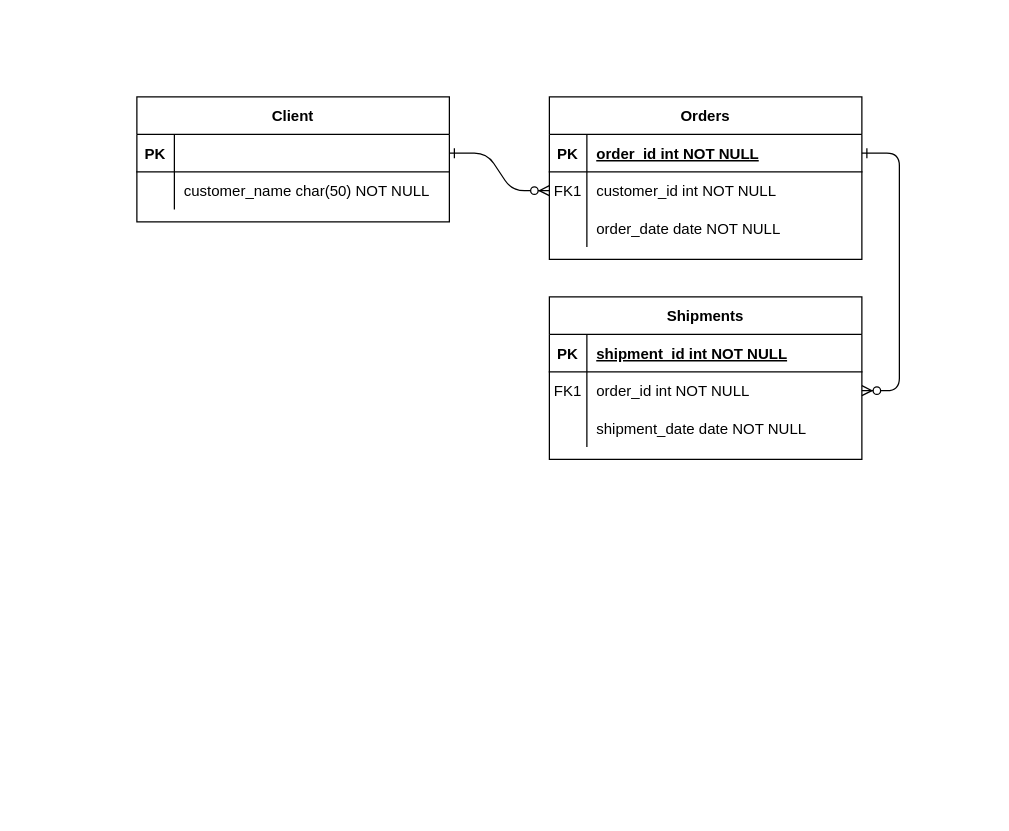
The draw.io diagram Diagramme sans nom.drawio in Elias-djebbour/SmartPhome, before the edit. Source tidied: cells renumbered, new cells numbered last; positions are measured from the earlier drawing's top-left corner, leaving out a move shared by most shapes. Both pictures are drawn from the tidied source at 125%, with x=0, y=0 at pixel (136, 96).
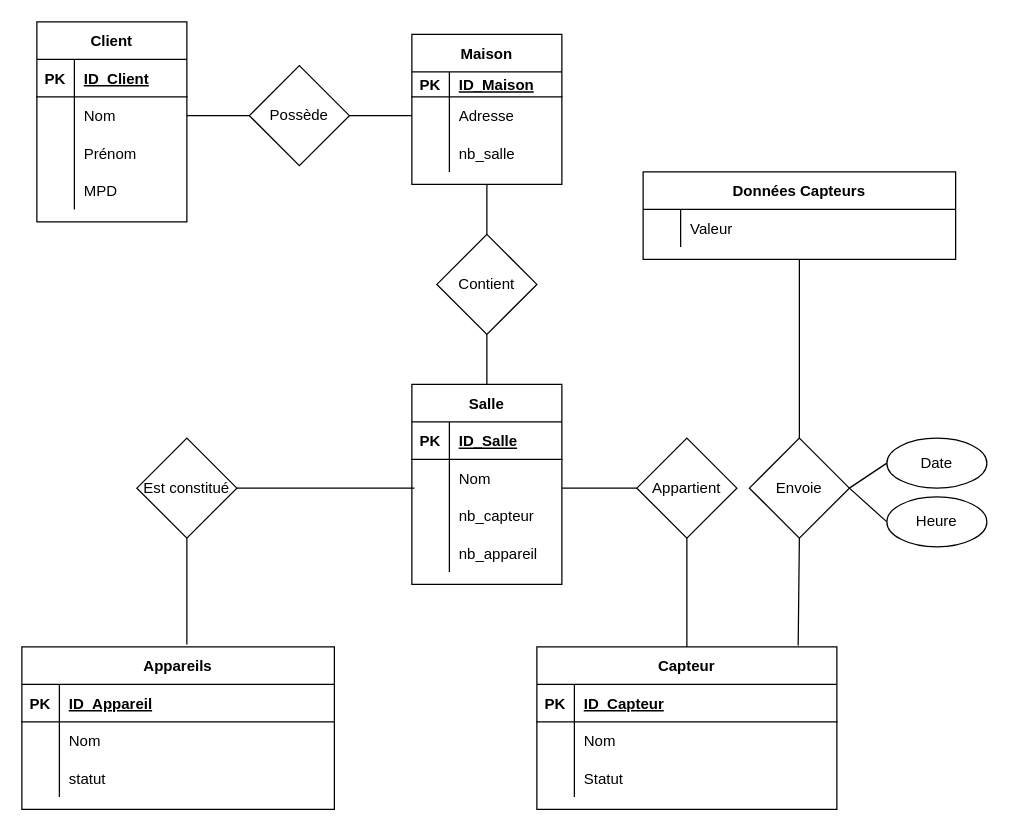
The same page after the edit.

Commit message:
Mettre à jour Diagramme sans nom.drawio

The change refers to these unchanged cells:
```xml
<mxCell id="5" style="shape=partialRectangle;fillColor=none;points=[[0,0.5],[1,0.5]];portConstraint=eastwest;top=0;left=0;right=0;bottom=1;" parent="4" vertex="1">
  <mxGeometry y="30" width="250" height="30" as="geometry" />
</mxCell>
<mxCell id="8" style="shape=partialRectangle;fillColor=none;points=[[0,0.5],[1,0.5]];portConstraint=eastwest;top=0;left=0;right=0;bottom=0;" parent="4" vertex="1">
  <mxGeometry y="60" width="250" height="30" as="geometry" />
</mxCell>
<mxCell id="11" style="shape=partialRectangle;fillColor=none;top=0;left=0;right=0;bottom=0;" parent="4" vertex="1">
  <mxGeometry y="90" width="250" height="30" as="geometry" />
</mxCell>
```

Change to the diagram source:
```diff
@@
-    <mxCell id="2" style="edgeStyle=entityRelationEdgeStyle;endArrow=ERzeroToMany;startArrow=ERone;endFill=1;startFill=0;" parent="1" edge="1" source="25" target="8">
-      <mxGeometry relative="1" as="geometry" />
-    </mxCell>
-    <mxCell id="3" style="edgeStyle=entityRelationEdgeStyle;endArrow=ERzeroToMany;startArrow=ERone;endFill=1;startFill=0;" parent="1" edge="1" source="5" target="18">
-      <mxGeometry relative="1" as="geometry" />
-    </mxCell>
-    <mxCell id="4" value="Orders" style="shape=table;startSize=30;childLayout=tableLayout;rowLines=0;fontStyle=1;align=center;" parent="1" vertex="1">
-      <mxGeometry x="330" width="250" height="130" as="geometry" />
+    <mxCell id="4" value="Appareils" style="shape=table;startSize=30;childLayout=tableLayout;rowLines=0;fontStyle=1;align=center;" parent="1" vertex="1">
+      <mxGeometry x="-92" y="440" width="250" height="130" as="geometry" />
     </mxCell>
@@
-    <mxCell id="7" value="order_id int NOT NULL " style="shape=partialRectangle;overflow=hidden;fillColor=none;top=0;left=0;bottom=0;right=0;align=left;spacingLeft=6;fontStyle=5;" parent="5" vertex="1">
+    <mxCell id="7" value="ID_Appareil" style="shape=partialRectangle;overflow=hidden;fillColor=none;top=0;left=0;bottom=0;right=0;align=left;spacingLeft=6;fontStyle=5;" parent="5" vertex="1">
       <mxGeometry x="30" width="220" height="30" as="geometry" />
     </mxCell>
@@
-    <mxCell id="9" value="FK1" style="shape=partialRectangle;overflow=hidden;fillColor=none;top=0;left=0;bottom=0;right=0;" parent="8" vertex="1">
+    <mxCell id="9" style="shape=partialRectangle;overflow=hidden;fillColor=none;top=0;left=0;bottom=0;right=0;" parent="8" vertex="1">
       <mxGeometry width="30" height="30" as="geometry" />
     </mxCell>
-    <mxCell id="10" value="customer_id int NOT NULL" style="shape=partialRectangle;overflow=hidden;fillColor=none;top=0;left=0;bottom=0;right=0;align=left;spacingLeft=6;" parent="8" vertex="1">
+    <mxCell id="10" value="Nom" style="shape=partialRectangle;overflow=hidden;fillColor=none;top=0;left=0;bottom=0;right=0;align=left;spacingLeft=6;" parent="8" vertex="1">
       <mxGeometry x="30" width="220" height="30" as="geometry" />
     </mxCell>
@@
-    <mxCell id="13" value="order_date date NOT NULL" style="shape=partialRectangle;overflow=hidden;fillColor=none;top=0;left=0;bottom=0;right=0;align=left;spacingLeft=6;" parent="11" vertex="1">
+    <mxCell id="13" value="statut" style="shape=partialRectangle;overflow=hidden;fillColor=none;top=0;left=0;bottom=0;right=0;align=left;spacingLeft=6;" parent="11" vertex="1">
       <mxGeometry x="30" width="220" height="30" as="geometry" />
     </mxCell>
-    <mxCell id="14" value="Shipments" style="shape=table;startSize=30;childLayout=tableLayout;rowLines=0;fontStyle=1;align=center;" parent="1" vertex="1">
-      <mxGeometry x="330" y="160" width="250" height="130" as="geometry" />
+    <mxCell id="14" value="Capteur" style="shape=table;startSize=30;childLayout=tableLayout;rowLines=0;fontStyle=1;align=center;" parent="1" vertex="1">
+      <mxGeometry x="320" y="440" width="240" height="130" as="geometry" />
     </mxCell>
     <mxCell id="15" style="shape=partialRectangle;fillColor=none;top=0;left=0;right=0;bottom=1;" parent="14" vertex="1">
-      <mxGeometry y="30" width="250" height="30" as="geometry" />
+      <mxGeometry y="30" width="240" height="30" as="geometry" />
     </mxCell>
@@
-    <mxCell id="17" value="shipment_id int NOT NULL " style="shape=partialRectangle;overflow=hidden;fillColor=none;top=0;left=0;bottom=0;right=0;align=left;spacingLeft=6;fontStyle=5;" parent="15" vertex="1">
-      <mxGeometry x="30" width="220" height="30" as="geometry" />
+    <mxCell id="17" value="ID_Capteur" style="shape=partialRectangle;overflow=hidden;fillColor=none;top=0;left=0;bottom=0;right=0;align=left;spacingLeft=6;fontStyle=5;" parent="15" vertex="1">
+      <mxGeometry x="30" width="210" height="30" as="geometry" />
     </mxCell>
     <mxCell id="18" style="shape=partialRectangle;fillColor=none;points=[[0,0.5],[1,0.5]];portConstraint=eastwest;top=0;left=0;right=0;bottom=0;" parent="14" vertex="1">
-      <mxGeometry y="60" width="250" height="30" as="geometry" />
+      <mxGeometry y="60" width="240" height="30" as="geometry" />
     </mxCell>
-    <mxCell id="19" value="FK1" style="shape=partialRectangle;overflow=hidden;fillColor=none;top=0;left=0;bottom=0;right=0;" parent="18" vertex="1">
+    <mxCell id="19" style="shape=partialRectangle;overflow=hidden;fillColor=none;top=0;left=0;bottom=0;right=0;" parent="18" vertex="1">
       <mxGeometry width="30" height="30" as="geometry" />
     </mxCell>
-    <mxCell id="20" value="order_id int NOT NULL" style="shape=partialRectangle;overflow=hidden;fillColor=none;top=0;left=0;bottom=0;right=0;align=left;spacingLeft=6;" parent="18" vertex="1">
-      <mxGeometry x="30" width="220" height="30" as="geometry" />
+    <mxCell id="20" value="Nom" style="shape=partialRectangle;overflow=hidden;fillColor=none;top=0;left=0;bottom=0;right=0;align=left;spacingLeft=6;" parent="18" vertex="1">
+      <mxGeometry x="30" width="210" height="30" as="geometry" />
     </mxCell>
     <mxCell id="21" style="shape=partialRectangle;fillColor=none;top=0;left=0;right=0;bottom=0;" parent="14" vertex="1">
-      <mxGeometry y="90" width="250" height="30" as="geometry" />
+      <mxGeometry y="90" width="240" height="30" as="geometry" />
     </mxCell>
@@
-    <mxCell id="23" value="shipment_date date NOT NULL" style="shape=partialRectangle;overflow=hidden;fillColor=none;top=0;left=0;bottom=0;right=0;align=left;spacingLeft=6;" parent="21" vertex="1">
-      <mxGeometry x="30" width="220" height="30" as="geometry" />
+    <mxCell id="23" value="Statut" style="shape=partialRectangle;overflow=hidden;fillColor=none;top=0;left=0;bottom=0;right=0;align=left;spacingLeft=6;" parent="21" vertex="1">
+      <mxGeometry x="30" width="210" height="30" as="geometry" />
     </mxCell>
     <mxCell id="24" value="Client" style="shape=table;startSize=30;childLayout=tableLayout;rowLines=0;fontStyle=1;align=center;" parent="1" vertex="1">
-      <mxGeometry width="250" height="100" as="geometry" />
+      <mxGeometry x="-80" y="-60" width="120" height="160" as="geometry" />
     </mxCell>
     <mxCell id="25" style="shape=partialRectangle;fillColor=none;points=[[0,0.5],[1,0.5]];portConstraint=eastwest;top=0;left=0;right=0;bottom=1;" parent="24" vertex="1">
-      <mxGeometry y="30" width="250" height="30" as="geometry" />
+      <mxGeometry y="30" width="120" height="30" as="geometry" />
     </mxCell>
@@
-    <mxCell id="27" style="shape=partialRectangle;overflow=hidden;fillColor=none;top=0;left=0;bottom=0;right=0;align=left;spacingLeft=6;fontStyle=5;" parent="25" vertex="1">
-      <mxGeometry x="30" width="220" height="30" as="geometry" />
+    <mxCell id="27" value="ID_Client" style="shape=partialRectangle;overflow=hidden;fillColor=none;top=0;left=0;bottom=0;right=0;align=left;spacingLeft=6;fontStyle=5;" parent="25" vertex="1">
+      <mxGeometry x="30" width="90" height="30" as="geometry" />
     </mxCell>
     <mxCell id="28" style="shape=partialRectangle;fillColor=none;points=[[0,0.5],[1,0.5]];portConstraint=eastwest;top=0;left=0;right=0;bottom=0;" parent="24" vertex="1">
-      <mxGeometry y="60" width="250" height="30" as="geometry" />
+      <mxGeometry y="60" width="120" height="30" as="geometry" />
     </mxCell>
@@
-    <mxCell id="30" value="customer_name char(50) NOT NULL" style="shape=partialRectangle;overflow=hidden;fillColor=none;top=0;left=0;bottom=0;right=0;align=left;spacingLeft=6;" parent="28" vertex="1">
-      <mxGeometry x="30" width="220" height="30" as="geometry" />
+    <mxCell id="30" value="Nom" style="shape=partialRectangle;overflow=hidden;fillColor=none;top=0;left=0;bottom=0;right=0;align=left;spacingLeft=6;" parent="28" vertex="1">
+      <mxGeometry x="30" width="90" height="30" as="geometry" />
     </mxCell>
+    <mxCell id="31" style="shape=partialRectangle;fillColor=none;top=0;left=0;right=0;bottom=0;" parent="24" vertex="1">
+      <mxGeometry y="90" width="120" height="30" as="geometry" />
+    </mxCell>
+    <mxCell id="32" style="shape=partialRectangle;overflow=hidden;fillColor=none;top=0;left=0;bottom=0;right=0;" parent="31" vertex="1">
+      <mxGeometry width="30" height="30" as="geometry" />
+    </mxCell>
+    <mxCell id="33" value="Prénom" style="shape=partialRectangle;overflow=hidden;fillColor=none;top=0;left=0;bottom=0;right=0;align=left;spacingLeft=6;" parent="31" vertex="1">
+      <mxGeometry x="30" width="90" height="30" as="geometry" />
+    </mxCell>
+    <mxCell id="34" style="shape=partialRectangle;fillColor=none;top=0;left=0;right=0;bottom=0;" parent="24" vertex="1">
+      <mxGeometry y="120" width="120" height="30" as="geometry" />
+    </mxCell>
+    <mxCell id="35" style="shape=partialRectangle;overflow=hidden;fillColor=none;top=0;left=0;bottom=0;right=0;" parent="34" vertex="1">
+      <mxGeometry width="30" height="30" as="geometry" />
+    </mxCell>
+    <mxCell id="36" value="MPD" style="shape=partialRectangle;overflow=hidden;fillColor=none;top=0;left=0;bottom=0;right=0;align=left;spacingLeft=6;" parent="34" vertex="1">
+      <mxGeometry x="30" width="90" height="30" as="geometry" />
+    </mxCell>
+    <mxCell id="37" value="Possède" style="rhombus;whiteSpace=wrap;html=1;" parent="1" vertex="1">
+      <mxGeometry x="90" y="-25" width="80" height="80" as="geometry" />
+    </mxCell>
+    <mxCell id="38" value="Maison" style="shape=table;startSize=30;childLayout=tableLayout;rowLines=0;fontStyle=1;align=center;" parent="1" vertex="1">
+      <mxGeometry x="220" y="-50" width="120" height="120" as="geometry" />
+    </mxCell>
+    <mxCell id="39" style="shape=partialRectangle;fillColor=none;top=0;left=0;right=0;bottom=1;" parent="38" vertex="1">
+      <mxGeometry y="30" width="120" height="20" as="geometry" />
+    </mxCell>
+    <mxCell id="40" value="PK" style="shape=partialRectangle;overflow=hidden;fillColor=none;top=0;left=0;bottom=0;right=0;fontStyle=1;" parent="39" vertex="1">
+      <mxGeometry width="30" height="20" as="geometry" />
+    </mxCell>
+    <mxCell id="41" value="ID_Maison" style="shape=partialRectangle;overflow=hidden;fillColor=none;top=0;left=0;bottom=0;right=0;align=left;spacingLeft=6;fontStyle=5;" parent="39" vertex="1">
+      <mxGeometry x="30" width="90" height="20" as="geometry" />
+    </mxCell>
+    <mxCell id="42" style="shape=partialRectangle;fillColor=none;points=[[0,0.5],[1,0.5]];portConstraint=eastwest;top=0;left=0;right=0;bottom=0;" parent="38" vertex="1">
+      <mxGeometry y="50" width="120" height="30" as="geometry" />
+    </mxCell>
+    <mxCell id="43" style="shape=partialRectangle;overflow=hidden;fillColor=none;top=0;left=0;bottom=0;right=0;" parent="42" vertex="1">
+      <mxGeometry width="30" height="30" as="geometry" />
+    </mxCell>
+    <mxCell id="44" value="Adresse" style="shape=partialRectangle;overflow=hidden;fillColor=none;top=0;left=0;bottom=0;right=0;align=left;spacingLeft=6;" parent="42" vertex="1">
+      <mxGeometry x="30" width="90" height="30" as="geometry" />
+    </mxCell>
+    <mxCell id="45" style="shape=partialRectangle;fillColor=none;top=0;left=0;right=0;bottom=0;" parent="38" vertex="1">
+      <mxGeometry y="80" width="120" height="30" as="geometry" />
+    </mxCell>
+    <mxCell id="46" style="shape=partialRectangle;overflow=hidden;fillColor=none;top=0;left=0;bottom=0;right=0;" parent="45" vertex="1">
+      <mxGeometry width="30" height="30" as="geometry" />
+    </mxCell>
+    <mxCell id="47" value="nb_salle" style="shape=partialRectangle;overflow=hidden;fillColor=none;top=0;left=0;bottom=0;right=0;align=left;spacingLeft=6;" parent="45" vertex="1">
+      <mxGeometry x="30" width="90" height="30" as="geometry" />
+    </mxCell>
+    <mxCell id="48" value="Salle" style="shape=table;startSize=30;childLayout=tableLayout;rowLines=0;fontStyle=1;align=center;" parent="1" vertex="1">
+      <mxGeometry x="220" y="230" width="120" height="160" as="geometry" />
+    </mxCell>
+    <mxCell id="49" style="shape=partialRectangle;fillColor=none;top=0;left=0;right=0;bottom=1;" parent="48" vertex="1">
+      <mxGeometry y="30" width="120" height="30" as="geometry" />
+    </mxCell>
+    <mxCell id="50" value="PK" style="shape=partialRectangle;overflow=hidden;fillColor=none;top=0;left=0;bottom=0;right=0;fontStyle=1;" parent="49" vertex="1">
+      <mxGeometry width="30" height="30" as="geometry" />
+    </mxCell>
+    <mxCell id="51" value="ID_Salle" style="shape=partialRectangle;overflow=hidden;fillColor=none;top=0;left=0;bottom=0;right=0;align=left;spacingLeft=6;fontStyle=5;" parent="49" vertex="1">
+      <mxGeometry x="30" width="90" height="30" as="geometry" />
+    </mxCell>
+    <mxCell id="52" style="shape=partialRectangle;fillColor=none;points=[[0,0.5],[1,0.5]];portConstraint=eastwest;top=0;left=0;right=0;bottom=0;" parent="48" vertex="1">
+      <mxGeometry y="60" width="120" height="30" as="geometry" />
+    </mxCell>
+    <mxCell id="53" style="shape=partialRectangle;overflow=hidden;fillColor=none;top=0;left=0;bottom=0;right=0;" parent="52" vertex="1">
+      <mxGeometry width="30" height="30" as="geometry" />
+    </mxCell>
+    <mxCell id="54" value="Nom" style="shape=partialRectangle;overflow=hidden;fillColor=none;top=0;left=0;bottom=0;right=0;align=left;spacingLeft=6;" parent="52" vertex="1">
+      <mxGeometry x="30" width="90" height="30" as="geometry" />
+    </mxCell>
+    <mxCell id="55" style="shape=partialRectangle;fillColor=none;top=0;left=0;right=0;bottom=0;" parent="48" vertex="1">
+      <mxGeometry y="90" width="120" height="30" as="geometry" />
+    </mxCell>
+    <mxCell id="56" style="shape=partialRectangle;overflow=hidden;fillColor=none;top=0;left=0;bottom=0;right=0;" parent="55" vertex="1">
+      <mxGeometry width="30" height="30" as="geometry" />
+    </mxCell>
+    <mxCell id="57" value="nb_capteur" style="shape=partialRectangle;overflow=hidden;fillColor=none;top=0;left=0;bottom=0;right=0;align=left;spacingLeft=6;" parent="55" vertex="1">
+      <mxGeometry x="30" width="90" height="30" as="geometry" />
+    </mxCell>
+    <mxCell id="58" style="shape=partialRectangle;fillColor=none;top=0;left=0;right=0;bottom=0;" parent="48" vertex="1">
+      <mxGeometry y="120" width="120" height="30" as="geometry" />
+    </mxCell>
+    <mxCell id="59" style="shape=partialRectangle;overflow=hidden;fillColor=none;top=0;left=0;bottom=0;right=0;" parent="58" vertex="1">
+      <mxGeometry width="30" height="30" as="geometry" />
+    </mxCell>
+    <mxCell id="60" value="nb_appareil" style="shape=partialRectangle;overflow=hidden;fillColor=none;top=0;left=0;bottom=0;right=0;align=left;spacingLeft=6;" parent="58" vertex="1">
+      <mxGeometry x="30" width="90" height="30" as="geometry" />
+    </mxCell>
+    <mxCell id="61" style="endArrow=none;html=1;rounded=0;entryX=0;entryY=0.5;entryDx=0;entryDy=0;exitX=1;exitY=0.5;exitDx=0;exitDy=0;" parent="1" edge="1" source="28" target="37">
+      <mxGeometry relative="1" as="geometry" />
+    </mxCell>
+    <mxCell id="62" style="endArrow=none;html=1;rounded=0;exitX=1;exitY=0.5;exitDx=0;exitDy=0;entryX=0;entryY=0.5;entryDx=0;entryDy=0;" parent="1" edge="1" source="37" target="42">
+      <mxGeometry relative="1" as="geometry" />
+    </mxCell>
+    <mxCell id="63" value="Contient" style="rhombus;whiteSpace=wrap;html=1;" parent="1" vertex="1">
+      <mxGeometry x="240" y="110" width="80" height="80" as="geometry" />
+    </mxCell>
+    <mxCell id="64" style="endArrow=none;html=1;rounded=0;exitX=0.5;exitY=0;exitDx=0;exitDy=0;entryX=0.5;entryY=1;entryDx=0;entryDy=0;" parent="1" edge="1" source="63" target="38">
+      <mxGeometry relative="1" as="geometry" />
+    </mxCell>
+    <mxCell id="65" style="endArrow=none;html=1;rounded=0;exitX=0.5;exitY=0;exitDx=0;exitDy=0;entryX=0.5;entryY=1;entryDx=0;entryDy=0;" parent="1" edge="1" source="48" target="63">
+      <mxGeometry relative="1" as="geometry" />
+    </mxCell>
+    <mxCell id="66" value="Est constitué" style="rhombus;whiteSpace=wrap;html=1;" parent="1" vertex="1">
+      <mxGeometry y="273" width="80" height="80" as="geometry" />
+    </mxCell>
+    <mxCell id="67" style="endArrow=none;html=1;rounded=0;entryX=0.017;entryY=0.767;entryDx=0;entryDy=0;entryPerimeter=0;exitX=1;exitY=0.5;exitDx=0;exitDy=0;" parent="1" edge="1" source="66" target="52">
+      <mxGeometry relative="1" as="geometry" />
+    </mxCell>
+    <mxCell id="68" style="endArrow=none;html=1;rounded=0;entryX=0.5;entryY=1;entryDx=0;entryDy=0;exitX=0.528;exitY=-0.015;exitDx=0;exitDy=0;exitPerimeter=0;" parent="1" edge="1" source="4" target="66">
+      <mxGeometry relative="1" as="geometry" />
+    </mxCell>
+    <mxCell id="69" value="Appartient" style="rhombus;whiteSpace=wrap;html=1;" parent="1" vertex="1">
+      <mxGeometry x="400" y="273" width="80" height="80" as="geometry" />
+    </mxCell>
+    <mxCell id="70" style="endArrow=none;html=1;rounded=0;exitX=0.5;exitY=0;exitDx=0;exitDy=0;entryX=0.5;entryY=1;entryDx=0;entryDy=0;" parent="1" edge="1" source="14" target="69">
+      <mxGeometry relative="1" as="geometry" />
+    </mxCell>
+    <mxCell id="71" style="endArrow=none;html=1;rounded=0;entryX=0;entryY=0.5;entryDx=0;entryDy=0;" parent="1" edge="1" target="69">
+      <mxGeometry relative="1" as="geometry">
+        <mxPoint x="340" y="313" as="sourcePoint" />
+      </mxGeometry>
+    </mxCell>
+    <mxCell id="72" value="Envoie" style="rhombus;whiteSpace=wrap;html=1;" parent="1" vertex="1">
+      <mxGeometry x="490" y="273" width="80" height="80" as="geometry" />
+    </mxCell>
+    <mxCell id="73" style="endArrow=none;html=1;rounded=0;entryX=0.5;entryY=1;entryDx=0;entryDy=0;exitX=0.871;exitY=-0.008;exitDx=0;exitDy=0;exitPerimeter=0;" parent="1" edge="1" source="14" target="72">
+      <mxGeometry relative="1" as="geometry" />
+    </mxCell>
+    <mxCell id="74" value="Données Capteurs" style="shape=table;startSize=30;childLayout=tableLayout;rowLines=0;fontStyle=1;align=center;" parent="1" vertex="1">
+      <mxGeometry x="405" y="60" width="250" height="70" as="geometry" />
+    </mxCell>
+    <mxCell id="75" style="shape=partialRectangle;fillColor=none;top=0;left=0;right=0;bottom=0;" parent="74" vertex="1">
+      <mxGeometry y="30" width="250" height="30" as="geometry" />
+    </mxCell>
+    <mxCell id="76" style="shape=partialRectangle;overflow=hidden;fillColor=none;top=0;left=0;bottom=0;right=0;" parent="75" vertex="1">
+      <mxGeometry width="30" height="30" as="geometry" />
+    </mxCell>
+    <mxCell id="77" value="Valeur" style="shape=partialRectangle;overflow=hidden;fillColor=none;top=0;left=0;bottom=0;right=0;align=left;spacingLeft=6;" parent="75" vertex="1">
+      <mxGeometry x="30" width="220" height="30" as="geometry" />
+    </mxCell>
+    <mxCell id="78" style="endArrow=none;html=1;rounded=0;exitX=0.5;exitY=0;exitDx=0;exitDy=0;entryX=0.5;entryY=1;entryDx=0;entryDy=0;" parent="1" edge="1" source="72" target="74">
+      <mxGeometry relative="1" as="geometry" />
+    </mxCell>
+    <mxCell id="79" value="Date" style="ellipse;whiteSpace=wrap;html=1;" parent="1" vertex="1">
+      <mxGeometry x="600" y="273" width="80" height="40" as="geometry" />
+    </mxCell>
+    <mxCell id="80" style="endArrow=none;html=1;rounded=0;exitX=1;exitY=0.5;exitDx=0;exitDy=0;entryX=0;entryY=0.5;entryDx=0;entryDy=0;" parent="1" edge="1" source="72" target="79">
+      <mxGeometry relative="1" as="geometry" />
+    </mxCell>
+    <mxCell id="81" style="endArrow=none;html=1;rounded=0;exitX=1;exitY=0.5;exitDx=0;exitDy=0;entryX=0;entryY=0.5;entryDx=0;entryDy=0;" parent="1" edge="1" source="72" target="82">
+      <mxGeometry relative="1" as="geometry" />
+    </mxCell>
+    <mxCell id="82" value="Heure" style="ellipse;whiteSpace=wrap;html=1;" parent="1" vertex="1">
+      <mxGeometry x="600" y="320" width="80" height="40" as="geometry" />
+    </mxCell>
```
